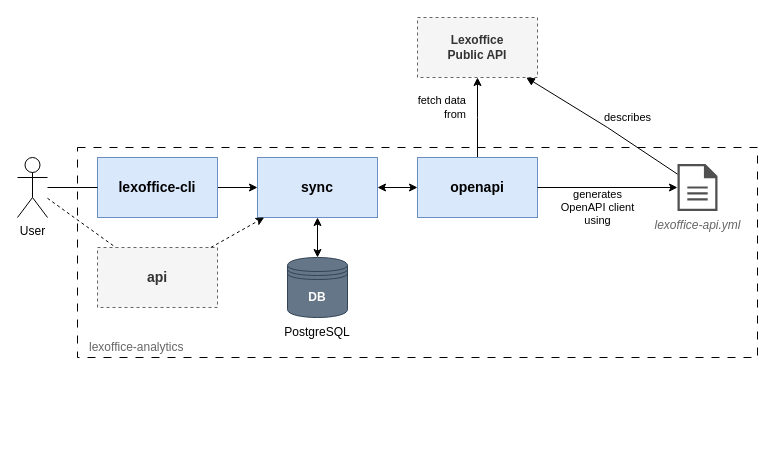
Before: page "arch" (1 of 2) of docs/diagrams.drawio in maikerlab/lexoffice-analytics, a draw.io diagram. Source tidied: cells renumbered, new cells numbered last; positions are measured from the earlier drawing's top-left corner, leaving out a move shared by most shapes. Both pictures are drawn from the tidied source at 100%, with x=0, y=0 at pixel (17, 17).
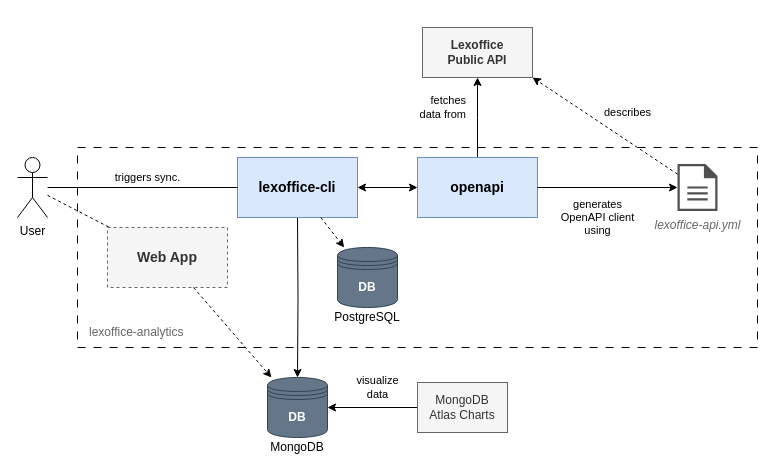
The same diagram, later.

Commit message (it also covers changes not shown here):
update sys arch. diagram and README.md; add custom Error type; sync all pages from voucherlist

The change refers to these unchanged cells:
```xml
<mxCell id="5" value="openapi" style="rounded=0;whiteSpace=wrap;html=1;fillColor=#dae8fc;strokeColor=#6c8ebf;fontStyle=1;fontSize=14;gradientColor=none;" parent="1" vertex="1">
  <mxGeometry x="400" y="140" width="120" height="60" as="geometry" />
</mxCell>
<mxCell id="9" value="lexoffice-api.yml" style="sketch=0;shadow=0;dashed=0;html=1;strokeColor=none;fillColor=#505050;labelPosition=center;verticalLabelPosition=bottom;verticalAlign=top;outlineConnect=0;align=center;shape=mxgraph.office.concepts.document;fontStyle=2;fontColor=#666666;" parent="1" vertex="1">
  <mxGeometry x="660" y="146.5" width="40" height="47" as="geometry" />
</mxCell>
<mxCell id="17" value="User" style="shape=umlActor;verticalLabelPosition=bottom;verticalAlign=top;html=1;outlineConnect=0;" parent="1" vertex="1">
  <mxGeometry y="140" width="30" height="60" as="geometry" />
</mxCell>
```

Change to the diagram source:
```diff
@@
     <mxCell id="2" style="rounded=0;whiteSpace=wrap;html=1;fillColor=none;dashed=1;dashPattern=8 8;" parent="1" vertex="1">
-      <mxGeometry x="60" y="130" width="680" height="210" as="geometry" />
+      <mxGeometry x="60" y="130" width="680" height="200" as="geometry" />
     </mxCell>
-    <mxCell id="3" value="fetch data&lt;div&gt;from&lt;/div&gt;" style="edgeStyle=orthogonalEdgeStyle;rounded=0;jettySize=auto;html=1;exitX=0.5;exitY=0;exitDx=0;exitDy=0;entryX=0.5;entryY=1;entryDx=0;entryDy=0;align=right;" parent="1" edge="1" source="5" target="6">
+    <mxCell id="3" value="fetches &lt;br&gt;data&amp;nbsp;&lt;span style=&quot;background-color: initial;&quot;&gt;from&lt;/span&gt;" style="edgeStyle=orthogonalEdgeStyle;rounded=0;jettySize=auto;html=1;exitX=0.5;exitY=0;exitDx=0;exitDy=0;entryX=0.5;entryY=1;entryDx=0;entryDy=0;align=right;labelBackgroundColor=none;" parent="1" edge="1" source="5" target="6">
       <mxGeometry x="0.25" y="10" relative="1" as="geometry">
         <Array as="points">
           <mxPoint x="460" y="100" />
           <mxPoint x="460" y="100" />
         </Array>
       </mxGeometry>
     </mxCell>
-    <mxCell id="4" style="edgeStyle=orthogonalEdgeStyle;rounded=0;jettySize=auto;html=1;exitX=0;exitY=0.5;exitDx=0;exitDy=0;entryX=1;entryY=0.5;entryDx=0;entryDy=0;startArrow=classic;startFill=1;" parent="1" edge="1" source="5" target="14">
+    <mxCell id="4" style="edgeStyle=orthogonalEdgeStyle;rounded=0;jettySize=auto;html=1;exitX=0;exitY=0.5;exitDx=0;exitDy=0;startArrow=classic;startFill=1;entryX=1;entryY=0.5;entryDx=0;entryDy=0;" parent="1" edge="1" source="5" target="16">
       <mxGeometry relative="1" as="geometry" />
     </mxCell>
@@
-    <mxCell id="6" value="Lexoffice&lt;br&gt;Public API" style="rounded=0;whiteSpace=wrap;html=1;fillColor=#f5f5f5;fontColor=#333333;strokeColor=#666666;fontStyle=1;dashed=1;" parent="1" vertex="1">
-      <mxGeometry x="400" width="120" height="60" as="geometry" />
+    <mxCell id="6" value="Lexoffice&lt;br&gt;Public API" style="rounded=0;whiteSpace=wrap;html=1;fillColor=#f5f5f5;fontColor=#333333;strokeColor=#666666;fontStyle=1;" parent="1" vertex="1">
+      <mxGeometry x="405" y="10" width="110" height="50" as="geometry" />
     </mxCell>
     <mxCell id="7" value="DB" style="shape=datastore;whiteSpace=wrap;html=1;fontStyle=1;fillColor=#647687;strokeColor=#314354;fontColor=#ffffff;" parent="1" vertex="1">
-      <mxGeometry x="270" y="240" width="60" height="60" as="geometry" />
+      <mxGeometry x="250" y="360" width="60" height="60" as="geometry" />
     </mxCell>
-    <mxCell id="8" value="PostgreSQL" style="text;html=1;strokeColor=none;fillColor=none;align=center;verticalAlign=middle;whiteSpace=wrap;rounded=0;" parent="1" vertex="1">
-      <mxGeometry x="240" y="300" width="120" height="30" as="geometry" />
+    <mxCell id="8" value="MongoDB" style="text;html=1;strokeColor=none;fillColor=none;align=center;verticalAlign=middle;whiteSpace=wrap;rounded=0;" parent="1" vertex="1">
+      <mxGeometry x="240" y="420" width="80" height="20" as="geometry" />
     </mxCell>
@@
-    <mxCell id="10" value="describes" style="endArrow=block;html=1;rounded=0;endFill=1;" parent="1" edge="1" source="9" target="6">
-      <mxGeometry x="-0.19" y="-19" relative="1" as="geometry">
-        <Array as="points">
-          <mxPoint x="590" y="110" />
-        </Array>
-      </mxGeometry>
-    </mxCell>
-    <mxCell id="11" value="generates&lt;div&gt;OpenAPI client&lt;/div&gt;&lt;div&gt;using&lt;/div&gt;" style="endArrow=classic;html=1;rounded=0;exitX=1;exitY=0.5;exitDx=0;exitDy=0;" parent="1" edge="1" source="5" target="9">
-      <mxGeometry x="-0.14" y="-20" relative="1" as="geometry" />
+    <mxCell id="11" value="generates&lt;div&gt;OpenAPI client&lt;/div&gt;&lt;div&gt;using&lt;/div&gt;" style="endArrow=classic;html=1;rounded=0;exitX=1;exitY=0.5;exitDx=0;exitDy=0;labelBackgroundColor=none;" parent="1" edge="1" source="5" target="9">
+      <mxGeometry x="-0.14" y="-30" relative="1" as="geometry" />
     </mxCell>
     <mxCell id="12" value="lexoffice-analytics" style="text;html=1;strokeColor=none;fillColor=none;align=left;verticalAlign=middle;whiteSpace=wrap;rounded=0;fontColor=#666666;" parent="1" vertex="1">
-      <mxGeometry x="70" y="320" width="110" height="20" as="geometry" />
+      <mxGeometry x="70" y="305" width="110" height="20" as="geometry" />
     </mxCell>
-    <mxCell id="13" style="edgeStyle=orthogonalEdgeStyle;rounded=0;jettySize=auto;html=1;exitX=0.5;exitY=1;exitDx=0;exitDy=0;entryX=0.5;entryY=0;entryDx=0;entryDy=0;startArrow=classic;startFill=1;" parent="1" edge="1" source="14" target="7">
-      <mxGeometry relative="1" as="geometry" />
+    <mxCell id="13" style="edgeStyle=orthogonalEdgeStyle;rounded=0;jettySize=auto;html=1;exitX=0.5;exitY=1;exitDx=0;exitDy=0;entryX=0.5;entryY=0;entryDx=0;entryDy=0;startArrow=none;startFill=0;" parent="1" edge="1" target="7">
+      <mxGeometry relative="1" as="geometry">
+        <mxPoint x="280" y="200" as="sourcePoint" />
+      </mxGeometry>
     </mxCell>
-    <mxCell id="14" value="sync" style="rounded=0;whiteSpace=wrap;html=1;fillColor=#dae8fc;strokeColor=#6c8ebf;fontStyle=1;fontSize=14;" parent="1" vertex="1">
-      <mxGeometry x="240" y="140" width="120" height="60" as="geometry" />
-    </mxCell>
-    <mxCell id="15" style="edgeStyle=orthogonalEdgeStyle;rounded=0;jettySize=auto;html=1;exitX=1;exitY=0.5;exitDx=0;exitDy=0;entryX=0;entryY=0.5;entryDx=0;entryDy=0;" parent="1" edge="1" source="16" target="14">
-      <mxGeometry relative="1" as="geometry" />
-    </mxCell>
     <mxCell id="16" value="lexoffice-cli" style="rounded=0;whiteSpace=wrap;html=1;fillColor=#dae8fc;strokeColor=#6c8ebf;fontStyle=1;fontSize=14;" parent="1" vertex="1">
-      <mxGeometry x="80" y="140" width="120" height="60" as="geometry" />
+      <mxGeometry x="220" y="140" width="120" height="60" as="geometry" />
     </mxCell>
@@
-    <mxCell id="18" style="endArrow=none;html=1;rounded=0;entryX=0;entryY=0.5;entryDx=0;entryDy=0;" parent="1" edge="1" source="17" target="16">
-      <mxGeometry relative="1" as="geometry" />
+    <mxCell id="18" value="triggers sync." style="endArrow=none;html=1;rounded=0;entryX=0;entryY=0.5;entryDx=0;entryDy=0;" parent="1" edge="1" source="17" target="16">
+      <mxGeometry x="0.05" y="10" relative="1" as="geometry" />
     </mxCell>
-    <mxCell id="19" value="api" style="rounded=0;whiteSpace=wrap;html=1;fillColor=#f5f5f5;strokeColor=#666666;fontStyle=1;fontSize=14;dashed=1;fontColor=#333333;" parent="1" vertex="1">
-      <mxGeometry x="80" y="230" width="120" height="60" as="geometry" />
+    <mxCell id="19" value="Web App" style="rounded=0;whiteSpace=wrap;html=1;fillColor=#f5f5f5;strokeColor=#666666;fontStyle=1;fontSize=14;dashed=1;fontColor=#333333;" parent="1" vertex="1">
+      <mxGeometry x="90" y="210" width="120" height="60" as="geometry" />
     </mxCell>
-    <mxCell id="20" style="endArrow=classic;html=1;rounded=0;dashed=1;" parent="1" edge="1" source="19" target="14">
-      <mxGeometry relative="1" as="geometry" />
-    </mxCell>
@@
+    <mxCell id="22" value="DB" style="shape=datastore;whiteSpace=wrap;html=1;fontStyle=1;fillColor=#647687;strokeColor=#314354;fontColor=#ffffff;" parent="1" vertex="1">
+      <mxGeometry x="320" y="230" width="60" height="60" as="geometry" />
+    </mxCell>
+    <mxCell id="23" value="PostgreSQL" style="text;html=1;strokeColor=none;fillColor=none;align=center;verticalAlign=middle;whiteSpace=wrap;rounded=0;" parent="1" vertex="1">
+      <mxGeometry x="310" y="290" width="80" height="20" as="geometry" />
+    </mxCell>
+    <mxCell id="24" style="endArrow=classic;startArrow=none;html=1;rounded=0;dashed=1;startFill=0;" parent="1" edge="1" source="16" target="22">
+      <mxGeometry relative="1" as="geometry" />
+    </mxCell>
+    <mxCell id="25" style="endArrow=classic;startArrow=none;html=1;rounded=0;dashed=1;startFill=0;" parent="1" edge="1" source="19" target="7">
+      <mxGeometry relative="1" as="geometry" />
+    </mxCell>
+    <mxCell id="26" value="visualize&lt;br&gt;data" style="edgeStyle=orthogonalEdgeStyle;rounded=0;jettySize=auto;html=1;entryX=1;entryY=0.5;entryDx=0;entryDy=0;" parent="1" edge="1" source="27" target="7">
+      <mxGeometry x="-0.11" y="-20" relative="1" as="geometry" />
+    </mxCell>
+    <mxCell id="27" value="MongoDB&lt;br&gt;Atlas Charts" style="rounded=0;whiteSpace=wrap;html=1;fillColor=#f5f5f5;strokeColor=#666666;fontColor=#333333;" parent="1" vertex="1">
+      <mxGeometry x="400" y="365" width="90" height="50" as="geometry" />
+    </mxCell>
+    <mxCell id="10" value="describes" style="endArrow=classic;html=1;rounded=0;entryX=1;entryY=1;entryDx=0;entryDy=0;dashed=1;labelBackgroundColor=none;" parent="1" edge="1" source="9" target="6">
+      <mxGeometry x="-0.13" y="-23" relative="1" as="geometry" />
+    </mxCell>
```
